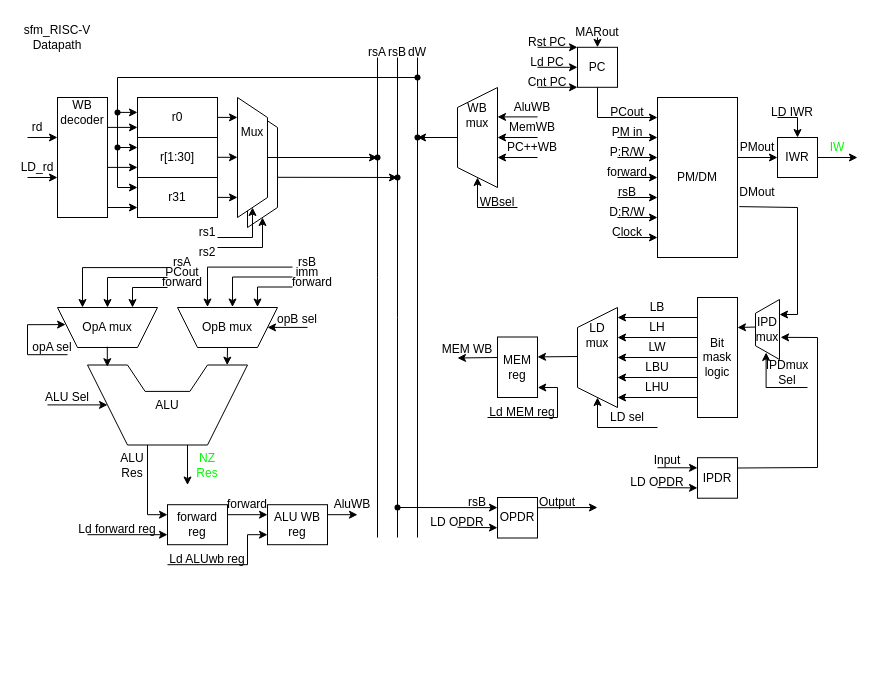
Above: page "RISC-V_DataPath" (1 of 3) of Design_Docs/RISC-V_Schematics.drawio in sfm3112/sfm_RISC-V (draw.io), before the change. Source tidied: cells renumbered, new cells numbered last; positions are measured from the earlier drawing's top-left corner, leaving out a move shared by most shapes. Both pictures are drawn from the tidied source at 100%, with x=0, y=0 at pixel (17, 17).
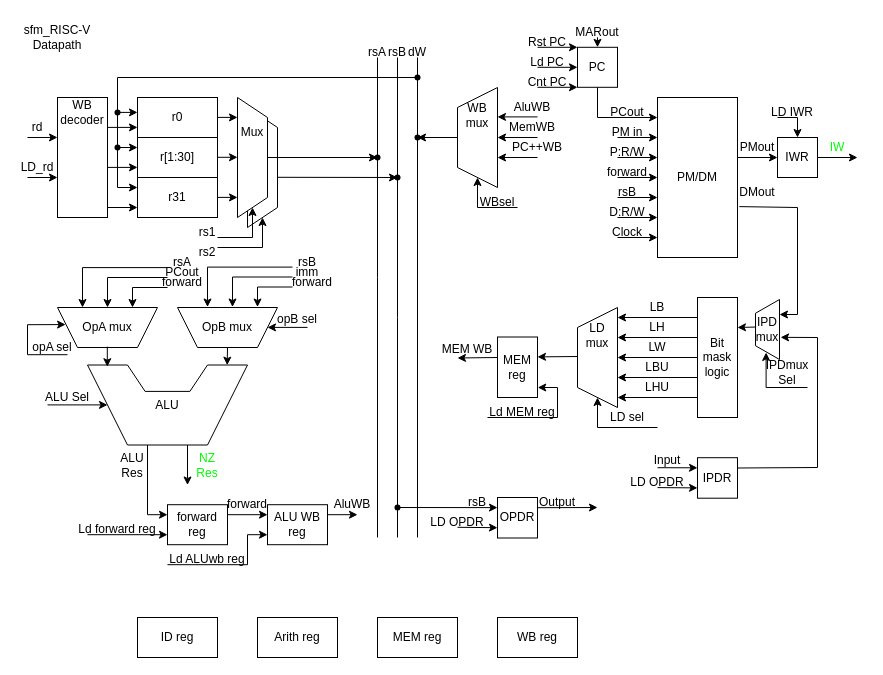
After the change.

Commit message:
Pivot to Pipeline adding control registers

Change to the diagram source:
```diff
@@
     <mxCell id="184" value="PC++WB" style="text;html=1;whiteSpace=wrap;strokeColor=none;fillColor=none;align=center;verticalAlign=middle;rounded=0;fontColor=light-dark(#000000,#FF0000);" parent="1" vertex="1">
-      <mxGeometry x="490" y="120" width="50" height="20" as="geometry" />
+      <mxGeometry x="490" y="120" width="60" height="20" as="geometry" />
     </mxCell>
@@
+    <mxCell id="186" value="ID reg" style="rounded=0;whiteSpace=wrap;html=1;fillColor=none;" parent="1" vertex="1">
+      <mxGeometry x="120" y="600" width="80" height="40" as="geometry" />
+    </mxCell>
+    <mxCell id="187" value="Arith reg" style="rounded=0;whiteSpace=wrap;html=1;fillColor=none;" parent="1" vertex="1">
+      <mxGeometry x="240" y="600" width="80" height="40" as="geometry" />
+    </mxCell>
+    <mxCell id="188" value="MEM reg" style="rounded=0;whiteSpace=wrap;html=1;fillColor=none;" parent="1" vertex="1">
+      <mxGeometry x="360" y="600" width="80" height="40" as="geometry" />
+    </mxCell>
+    <mxCell id="189" value="WB reg" style="rounded=0;whiteSpace=wrap;html=1;fillColor=none;" parent="1" vertex="1">
+      <mxGeometry x="480" y="600" width="80" height="40" as="geometry" />
+    </mxCell>
```
